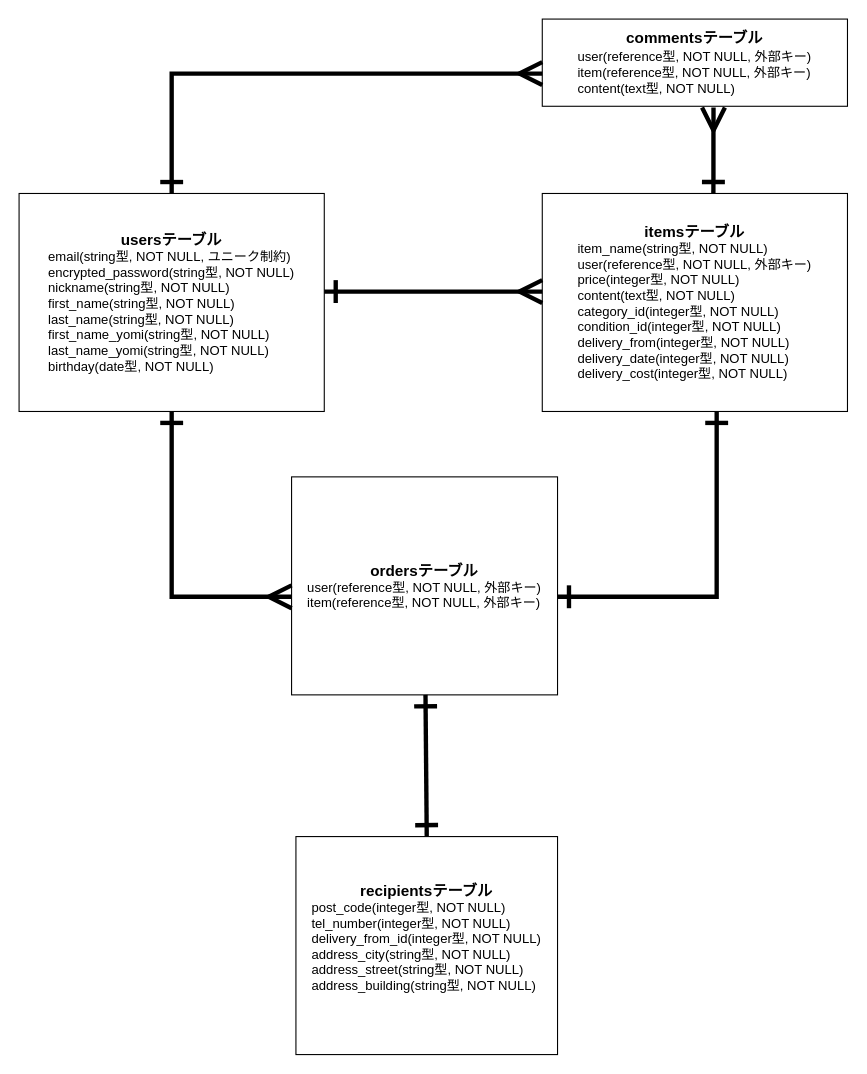
The draw.io diagram config/erzu.dio in tsukitoremon/furima-39857, before the edit. Source tidied: cells renumbered, new cells numbered last; positions are measured from the earlier drawing's top-left corner, leaving out a move shared by most shapes. Both pictures are drawn from the tidied source at 109%, with x=0, y=0 at pixel (19, 19).
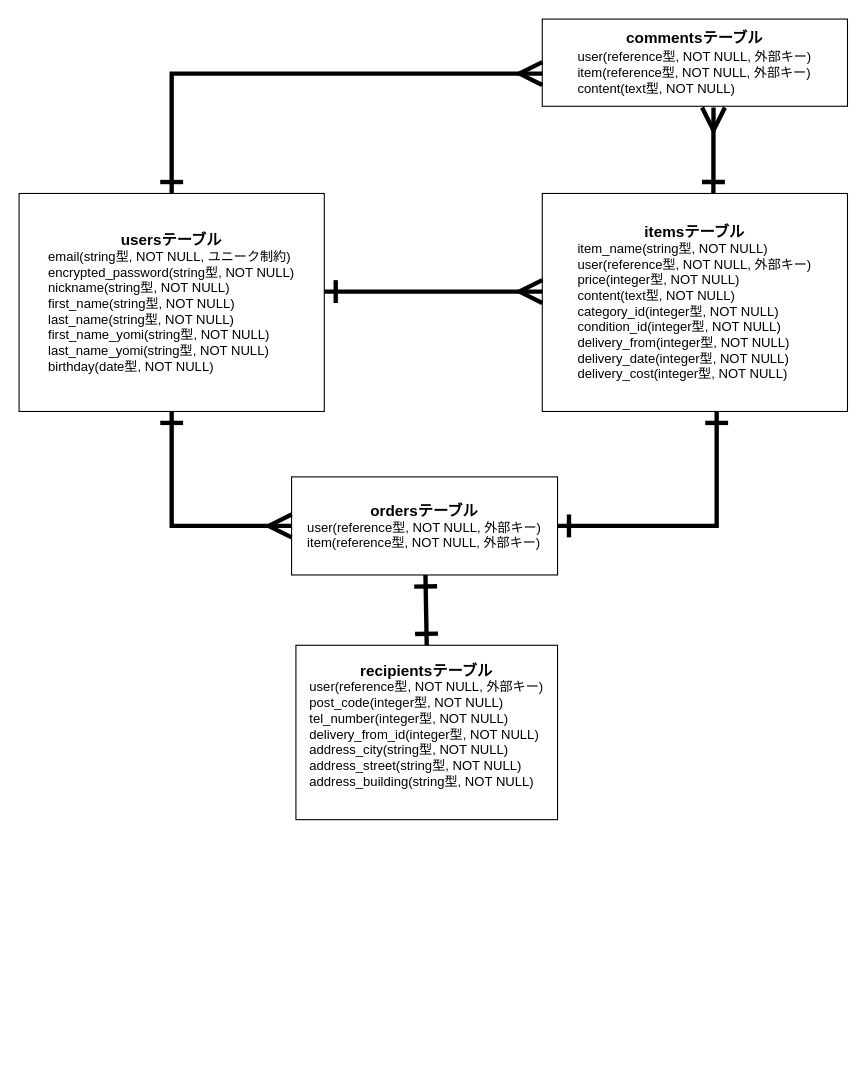
The same page after the edit.

Commit message (it also covers changes not shown here):
#3 データベース設計（再々々々）

The change refers to these unchanged cells:
```xml
<mxCell id="2" value="&lt;font style=&quot;font-size: 14px;&quot;&gt;&lt;b&gt;usersテーブル&lt;/b&gt;&lt;/font&gt;&lt;br&gt;&lt;div style=&quot;text-align: left;&quot;&gt;&lt;span style=&quot;background-color: initial;&quot;&gt;email(string型, NOT NULL, ユニーク制約)&lt;/span&gt;&lt;/div&gt;&lt;div style=&quot;text-align: left;&quot;&gt;&lt;span style=&quot;background-color: initial;&quot;&gt;encrypted_password(string型, NOT NULL)&lt;/span&gt;&lt;/div&gt;&lt;div style=&quot;text-align: left;&quot;&gt;&lt;span style=&quot;background-color: initial;&quot;&gt;nickname(string型, NOT NULL)&lt;/span&gt;&lt;/div&gt;&lt;div style=&quot;text-align: left;&quot;&gt;&lt;span style=&quot;background-color: initial;&quot;&gt;first_name(string型, NOT NULL)&lt;/span&gt;&lt;/div&gt;&lt;div style=&quot;text-align: left;&quot;&gt;&lt;span style=&quot;background-color: initial;&quot;&gt;last_name(string型, NOT NULL)&lt;/span&gt;&lt;/div&gt;&lt;div style=&quot;text-align: left;&quot;&gt;&lt;span style=&quot;background-color: initial;&quot;&gt;first_name_yomi(string型, NOT NULL)&lt;/span&gt;&lt;/div&gt;&lt;div style=&quot;text-align: left;&quot;&gt;&lt;span style=&quot;background-color: initial;&quot;&gt;last_name_yomi(string型, NOT NULL)&lt;/span&gt;&lt;/div&gt;&lt;div style=&quot;text-align: left;&quot;&gt;&lt;span style=&quot;background-color: initial;&quot;&gt;birthday(date型, NOT NULL)&lt;/span&gt;&lt;/div&gt;" style="whiteSpace=wrap;html=1;" parent="1" vertex="1">
  <mxGeometry y="160" width="280" height="200" as="geometry" />
</mxCell>
<mxCell id="3" value="&lt;font style=&quot;font-size: 14px;&quot;&gt;&lt;b&gt;itemsテーブル&lt;/b&gt;&lt;/font&gt;&lt;br&gt;&lt;div style=&quot;text-align: left;&quot;&gt;&lt;span style=&quot;background-color: initial;&quot;&gt;item_name(string型, NOT NULL)&lt;/span&gt;&lt;/div&gt;&lt;div style=&quot;text-align: left;&quot;&gt;&lt;span style=&quot;background-color: initial;&quot;&gt;user(reference型, NOT NULL, 外部キー)&lt;/span&gt;&lt;/div&gt;&lt;div style=&quot;text-align: left;&quot;&gt;price(integer型, NOT NULL)&lt;span style=&quot;background-color: initial;&quot;&gt;&lt;br&gt;&lt;/span&gt;&lt;/div&gt;&lt;div style=&quot;text-align: left;&quot;&gt;content(text型, NOT NULL)&lt;br&gt;&lt;/div&gt;&lt;div style=&quot;text-align: left;&quot;&gt;&lt;span style=&quot;background-color: initial;&quot;&gt;category_id(integer型, NOT NULL)&lt;/span&gt;&lt;/div&gt;&lt;div style=&quot;text-align: left;&quot;&gt;condition_id(integer型, NOT NULL)&lt;span style=&quot;background-color: initial;&quot;&gt;&lt;br&gt;&lt;/span&gt;&lt;/div&gt;&lt;div style=&quot;text-align: left;&quot;&gt;delivery_from(integer型, NOT NULL)&lt;br&gt;&lt;/div&gt;&lt;div style=&quot;text-align: left;&quot;&gt;&lt;span style=&quot;background-color: initial;&quot;&gt;delivery_date(integer型, NOT NULL)&lt;/span&gt;&lt;/div&gt;&lt;div style=&quot;text-align: left;&quot;&gt;delivery_cost(integer型, NOT NULL)&lt;span style=&quot;background-color: initial;&quot;&gt;&lt;br&gt;&lt;/span&gt;&lt;/div&gt;" style="whiteSpace=wrap;html=1;" parent="1" vertex="1">
  <mxGeometry x="480" y="160" width="280" height="200" as="geometry" />
</mxCell>
```

Change to the diagram source:
```diff
@@
     <mxCell id="4" value="&lt;font style=&quot;font-size: 14px;&quot;&gt;&lt;b&gt;ordersテーブル&lt;/b&gt;&lt;/font&gt;&lt;br&gt;&lt;div style=&quot;text-align: left;&quot;&gt;&lt;span style=&quot;background-color: initial;&quot;&gt;user(reference型, NOT NULL, 外部キー)&lt;/span&gt;&lt;/div&gt;&lt;div style=&quot;text-align: left;&quot;&gt;&lt;span style=&quot;background-color: initial;&quot;&gt;item(reference型, NOT NULL, 外部キー)&lt;/span&gt;&lt;/div&gt;" style="whiteSpace=wrap;html=1;" parent="1" vertex="1">
-      <mxGeometry x="250" y="420" width="244" height="200" as="geometry" />
+      <mxGeometry x="250" y="420" width="244" height="90" as="geometry" />
     </mxCell>
@@
     <mxCell id="7" style="edgeStyle=orthogonalEdgeStyle;jettySize=auto;html=1;strokeWidth=4;fontSize=14;startArrow=ERone;startFill=0;endArrow=ERone;endFill=0;startSize=16;endSize=16;rounded=0;" parent="1" edge="1" source="4" target="3">
       <mxGeometry relative="1" as="geometry">
         <Array as="points">
-          <mxPoint x="640" y="530" />
+          <mxPoint x="640" y="465" />
         </Array>
       </mxGeometry>
     </mxCell>
-    <mxCell id="8" style="edgeStyle=orthogonalEdgeStyle;jettySize=auto;html=1;strokeWidth=4;fontSize=14;startArrow=ERmany;startFill=0;endArrow=ERone;endFill=0;startSize=16;endSize=16;rounded=0;" parent="1" edge="1" target="2">
+    <mxCell id="8" style="edgeStyle=orthogonalEdgeStyle;jettySize=auto;html=1;strokeWidth=4;fontSize=14;startArrow=ERmany;startFill=0;endArrow=ERone;endFill=0;startSize=16;endSize=16;rounded=0;" parent="1" edge="1" source="4" target="2">
       <mxGeometry relative="1" as="geometry">
-        <mxPoint x="250" y="530" as="sourcePoint" />
         <Array as="points">
-          <mxPoint x="140" y="530" />
+          <mxPoint x="140" y="465" />
         </Array>
       </mxGeometry>
     </mxCell>
@@
-    <mxCell id="11" value="&lt;font style=&quot;font-size: 14px;&quot;&gt;&lt;b&gt;recipientsテーブル&lt;/b&gt;&lt;/font&gt;&lt;br&gt;&lt;div style=&quot;text-align: left;&quot;&gt;&lt;span style=&quot;background-color: initial;&quot;&gt;post_code(integer型, NOT NULL)&lt;/span&gt;&lt;/div&gt;&lt;div style=&quot;text-align: left;&quot;&gt;&lt;span style=&quot;background-color: initial;&quot;&gt;tel_number(integer型, NOT NULL)&lt;/span&gt;&lt;/div&gt;&lt;div style=&quot;text-align: left;&quot;&gt;&lt;span style=&quot;background-color: initial;&quot;&gt;delivery_from_id(integer型, NOT NULL)&lt;/span&gt;&lt;/div&gt;&lt;div style=&quot;text-align: left;&quot;&gt;&lt;span style=&quot;background-color: initial;&quot;&gt;address_city(string型, NOT NULL)&lt;/span&gt;&lt;/div&gt;&lt;div style=&quot;text-align: left;&quot;&gt;address_street(string型, NOT NULL)&lt;span style=&quot;background-color: initial;&quot;&gt;&lt;br&gt;&lt;/span&gt;&lt;/div&gt;&lt;div style=&quot;text-align: left;&quot;&gt;address_building(string型, NOT NULL)&lt;br&gt;&lt;/div&gt;&lt;div style=&quot;text-align: left;&quot;&gt;&lt;br&gt;&lt;/div&gt;" style="whiteSpace=wrap;html=1;" parent="1" vertex="1">
-      <mxGeometry x="254" y="750" width="240" height="200" as="geometry" />
+    <mxCell id="11" value="&lt;font style=&quot;font-size: 14px;&quot;&gt;&lt;b&gt;recipientsテーブル&lt;br&gt;&lt;/b&gt;&lt;/font&gt;&lt;div style=&quot;text-align: left;&quot;&gt;&lt;span style=&quot;background-color: initial;&quot;&gt;user(reference型, NOT NULL, 外部キー)&lt;/span&gt;&lt;/div&gt;&lt;div style=&quot;text-align: left;&quot;&gt;&lt;span style=&quot;background-color: initial;&quot;&gt;post_code(integer型, NOT NULL)&lt;/span&gt;&lt;/div&gt;&lt;div style=&quot;text-align: left;&quot;&gt;&lt;span style=&quot;background-color: initial;&quot;&gt;tel_number(integer型, NOT NULL)&lt;/span&gt;&lt;/div&gt;&lt;div style=&quot;text-align: left;&quot;&gt;&lt;span style=&quot;background-color: initial;&quot;&gt;delivery_from_id(integer型, NOT NULL)&lt;/span&gt;&lt;/div&gt;&lt;div style=&quot;text-align: left;&quot;&gt;&lt;span style=&quot;background-color: initial;&quot;&gt;address_city(string型, NOT NULL)&lt;/span&gt;&lt;/div&gt;&lt;div style=&quot;text-align: left;&quot;&gt;address_street(string型, NOT NULL)&lt;span style=&quot;background-color: initial;&quot;&gt;&lt;br&gt;&lt;/span&gt;&lt;/div&gt;&lt;div style=&quot;text-align: left;&quot;&gt;address_building(string型, NOT NULL)&lt;br&gt;&lt;/div&gt;&lt;div style=&quot;text-align: left;&quot;&gt;&lt;br&gt;&lt;/div&gt;" style="whiteSpace=wrap;html=1;" parent="1" vertex="1">
+      <mxGeometry x="254" y="574.5" width="240" height="160" as="geometry" />
     </mxCell>
```
